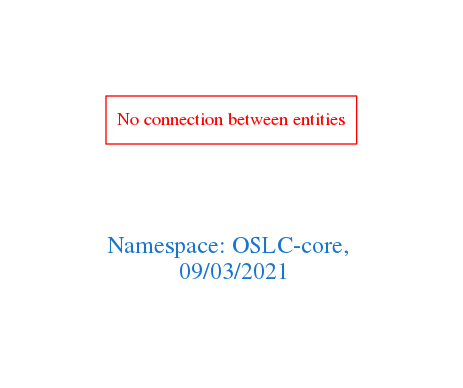
This is downloads/OSLC-core.png from arago/OGIT, a Graphviz export, as it was before one commit. Its source is kept beside it as downloads/OSLC-core.dot.
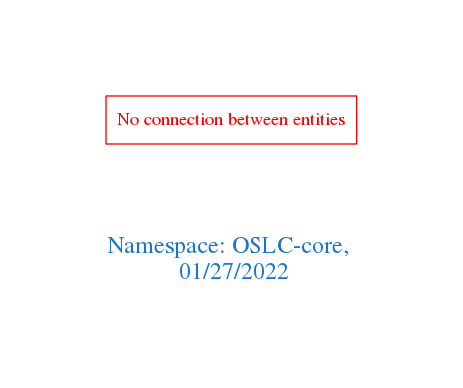
After the change.

Change to the diagram source:
```diff
@@ -1,7 +1,7 @@
 digraph OGIT_ontology {
  graph [ rankdir= LR,pad=1
 fontsize = 18,
-fontcolor= dodgerblue3,label = "\n\n\nNamespace: OSLC-core, \n 09/03/2021"];
+fontcolor= dodgerblue3,label = "\n\n\nNamespace: OSLC-core, \n 01/27/2022"];
 node[shape=polygon];
 edge [  color="gray81"];
 
```
